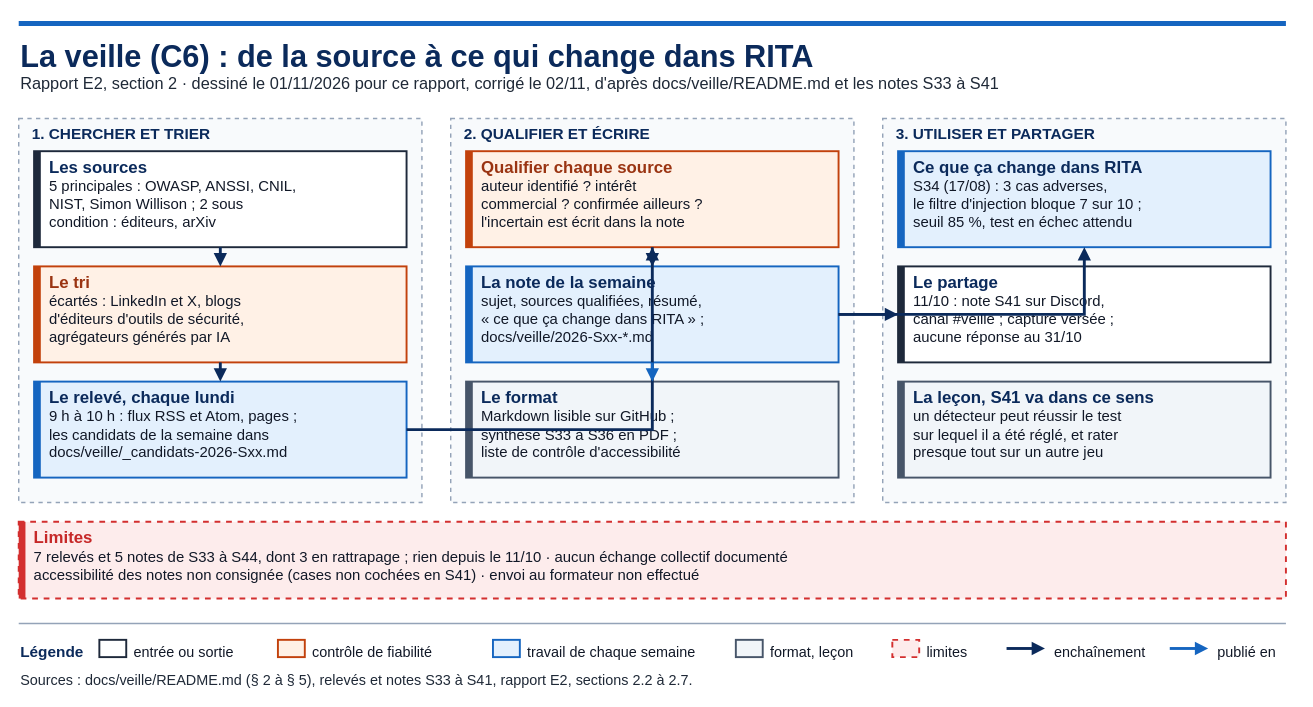
This is docs/rapports/E2/schemas/E2-veille.drawio from Ganda15/rita-agent, a draw.io file, before an edit. Source tidied: cells renumbered, new cells numbered last; positions are measured from the earlier drawing's top-left corner, leaving out a move shared by most shapes. Both pictures are drawn from the tidied source at 96%, with x=0, y=0 at pixel (18, 18).
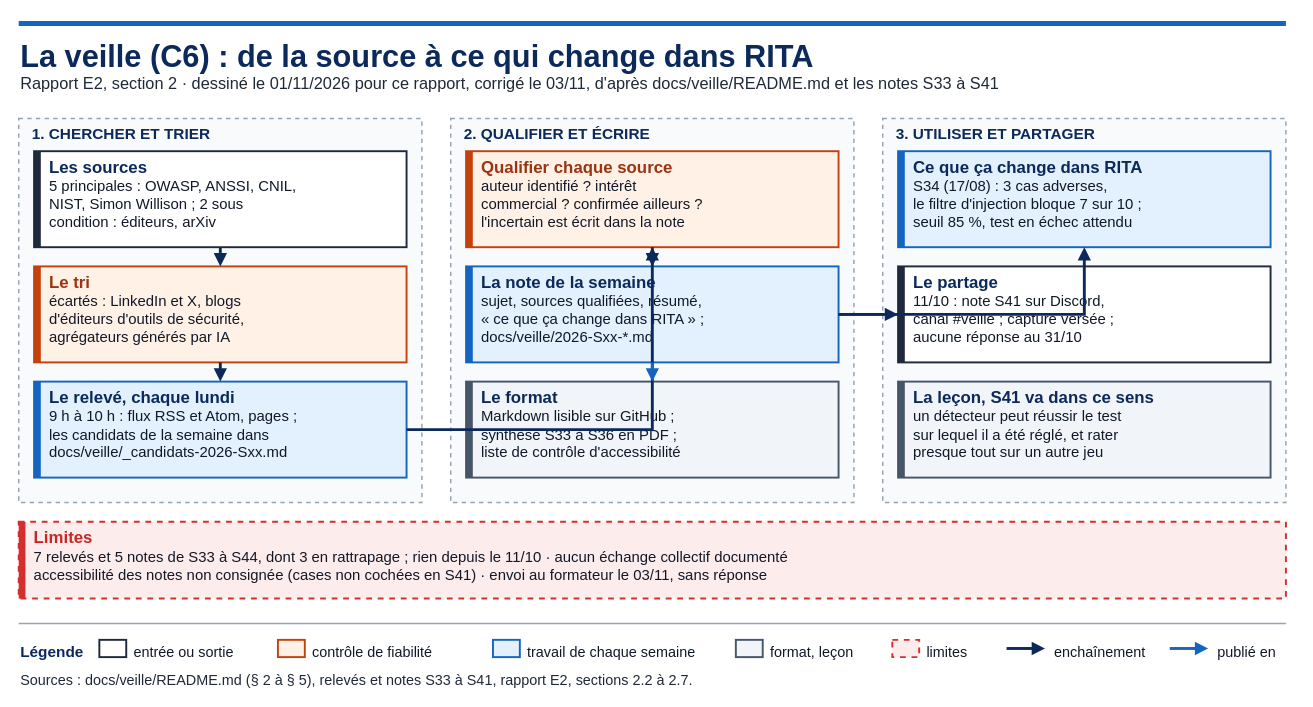
The same page after the edit.

The edit, as a diff of the source:
```diff
@@
-    <mxCell id="4" value="Rapport E2, section 2 · dessiné le 01/11/2026 pour ce rapport, corrigé le 02/11, d'après docs/veille/README.md et les notes S33 à S41" style="text;html=1;align=left;fontSize=17;fontColor=#1F2937;" parent="1" vertex="1">
+    <mxCell id="4" value="Rapport E2, section 2 · dessiné le 01/11/2026 pour ce rapport, corrigé le 03/11, d'après docs/veille/README.md et les notes S33 à S41" style="text;html=1;align=left;fontSize=17;fontColor=#1F2937;" parent="1" vertex="1">
       <mxGeometry y="52" width="1300" height="22" as="geometry" />
     </mxCell>
@@
-    <mxCell id="26" value="&lt;b&gt;&lt;font style=&quot;font-size:17.5px;color:#C62828&quot;&gt;Limites&lt;/font&gt;&lt;/b&gt;&lt;br&gt;&lt;font style=&quot;font-size:15.5px;color:#111827&quot;&gt;7 relevés et 5 notes de S33 à S44, dont 3 en rattrapage ; rien depuis le 11/10 · aucun échange collectif documenté&lt;/font&gt;&lt;br&gt;&lt;font style=&quot;font-size:15.5px;color:#111827&quot;&gt;accessibilité des notes non consignée (cases non cochées en S41) · envoi au formateur non effectué&lt;/font&gt;" style="rounded=0;whiteSpace=wrap;html=1;fillColor=#FDECEC;strokeColor=#D32F2F;strokeWidth=2;dashed=1;align=left;spacingLeft=14;fontSize=15.5;fontColor=#111827;verticalAlign=top;" parent="1" vertex="1">
+    <mxCell id="26" value="&lt;b&gt;&lt;font style=&quot;font-size:17.5px;color:#C62828&quot;&gt;Limites&lt;/font&gt;&lt;/b&gt;&lt;br&gt;&lt;font style=&quot;font-size:15.5px;color:#111827&quot;&gt;7 relevés et 5 notes de S33 à S44, dont 3 en rattrapage ; rien depuis le 11/10 · aucun échange collectif documenté&lt;/font&gt;&lt;br&gt;&lt;font style=&quot;font-size:15.5px;color:#111827&quot;&gt;accessibilité des notes non consignée (cases non cochées en S41) · envoi au formateur le 03/11, sans réponse&lt;/font&gt;" style="rounded=0;whiteSpace=wrap;html=1;fillColor=#FDECEC;strokeColor=#D32F2F;strokeWidth=2;dashed=1;align=left;spacingLeft=14;fontSize=15.5;fontColor=#111827;verticalAlign=top;" parent="1" vertex="1">
       <mxGeometry y="524" width="1320" height="80" as="geometry" />
     </mxCell>
```
